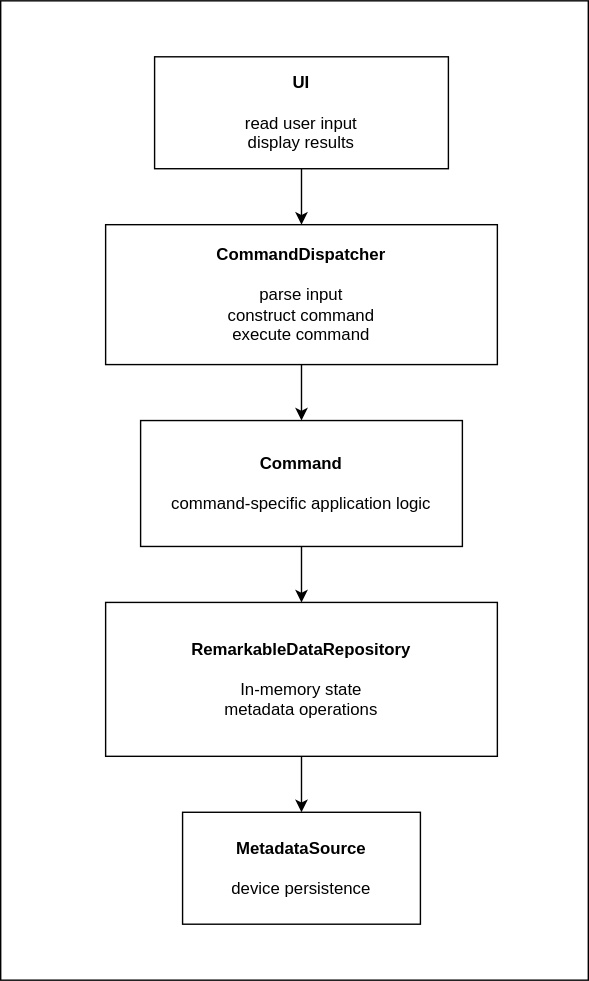
Above: doc/remarkable-vfs-architecture.drawio.svg in heidi-holappa/remarkable-virtual-filesystem (draw.io), before the change. Source tidied: cells renumbered, new cells last; positions are measured from the earlier drawing's top-left corner, leaving out a move shared by most shapes.
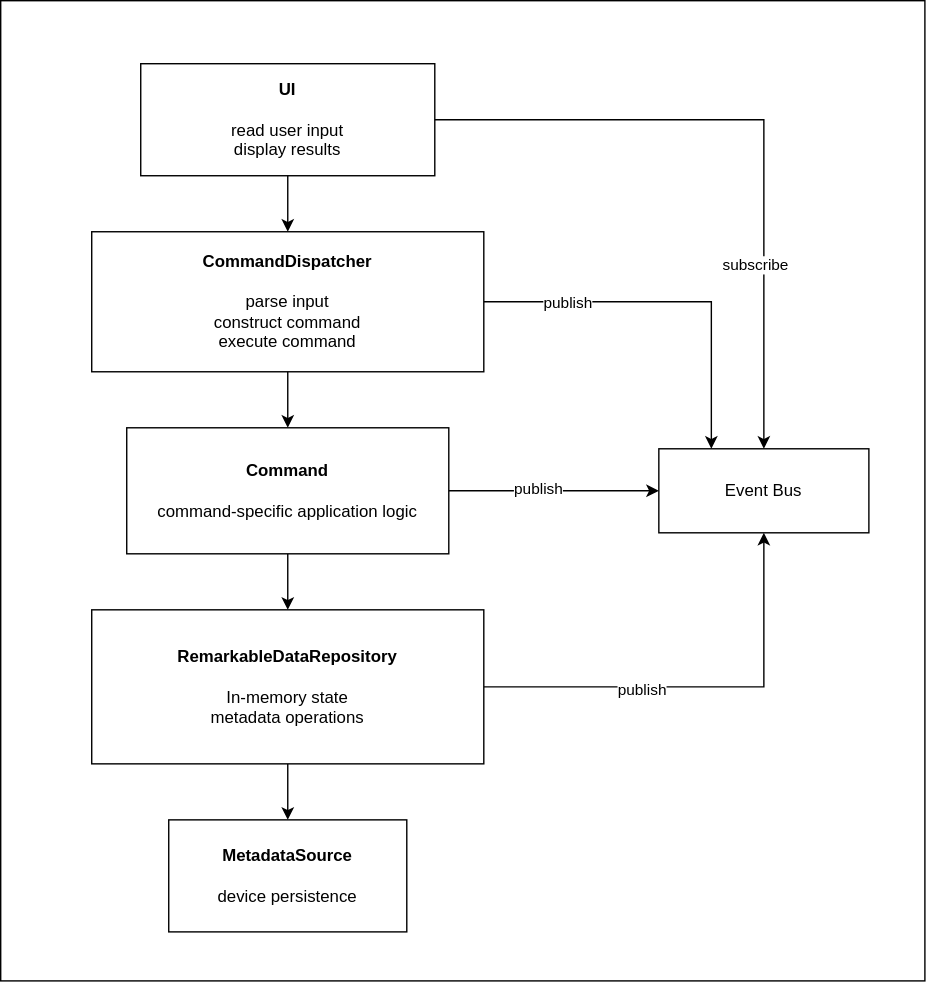
The same file after the commit.

What changed in the source:
```diff
@@ -3,14 +3,26 @@
     <mxCell id="0" />
     <mxCell id="1" parent="0" />
     <mxCell id="2" style="rounded=0;whiteSpace=wrap;html=1;" parent="1" vertex="1">
-      <mxGeometry width="420" height="700" as="geometry" />
+      <mxGeometry x="10" y="-5" width="660" height="700" as="geometry" />
     </mxCell>
     <mxCell id="3" style="edgeStyle=orthogonalEdgeStyle;rounded=0;jettySize=auto;html=1;exitX=0.5;exitY=1;exitDx=0;exitDy=0;" parent="1" edge="1" source="4" target="8">
       <mxGeometry relative="1" as="geometry" />
     </mxCell>
+    <mxCell id="12" style="edgeStyle=orthogonalEdgeStyle;rounded=0;jettySize=auto;html=1;" parent="1" edge="1" source="4" target="18">
+      <mxGeometry relative="1" as="geometry" />
+    </mxCell>
+    <mxCell id="13" value="publish" style="edgeLabel;html=1;align=center;verticalAlign=middle;" parent="12" vertex="1">
+      <mxGeometry x="-0.16" y="2" relative="1" as="geometry" />
+    </mxCell>
     <mxCell id="4" value="&lt;div&gt;&lt;b&gt;Command&lt;/b&gt;&lt;/div&gt;&lt;div&gt;&lt;br&gt;&lt;/div&gt;&lt;div&gt;command-specific application logic&lt;/div&gt;" style="rounded=0;whiteSpace=wrap;html=1;" parent="1" vertex="1">
       <mxGeometry x="100" y="300" width="230" height="90" as="geometry" />
     </mxCell>
+    <mxCell id="14" style="edgeStyle=orthogonalEdgeStyle;rounded=0;jettySize=auto;html=1;entryX=0.25;entryY=0;entryDx=0;entryDy=0;" parent="1" edge="1" source="5" target="18">
+      <mxGeometry relative="1" as="geometry" />
+    </mxCell>
+    <mxCell id="15" value="publish" style="edgeLabel;html=1;align=center;verticalAlign=middle;" parent="14" vertex="1">
+      <mxGeometry x="-0.56" relative="1" as="geometry" />
+    </mxCell>
     <mxCell id="5" value="&lt;div&gt;&lt;b&gt;CommandDispatcher&lt;/b&gt;&lt;/div&gt;&lt;div&gt;&lt;br&gt;&lt;/div&gt;&lt;div&gt;parse input&lt;/div&gt;&lt;div&gt;construct command&lt;/div&gt;&lt;div&gt;execute command&lt;/div&gt;" style="rounded=0;whiteSpace=wrap;html=1;" parent="1" vertex="1">
       <mxGeometry x="75" y="160" width="280" height="100" as="geometry" />
     </mxCell>
@@ -20,6 +32,12 @@
     <mxCell id="7" style="edgeStyle=orthogonalEdgeStyle;rounded=0;jettySize=auto;html=1;" parent="1" edge="1" source="8" target="9">
       <mxGeometry relative="1" as="geometry" />
     </mxCell>
+    <mxCell id="16" style="edgeStyle=orthogonalEdgeStyle;rounded=0;jettySize=auto;html=1;entryX=0.5;entryY=1;entryDx=0;entryDy=0;" parent="1" edge="1" source="8" target="18">
+      <mxGeometry relative="1" as="geometry" />
+    </mxCell>
+    <mxCell id="17" value="publish" style="edgeLabel;html=1;align=center;verticalAlign=middle;" parent="16" vertex="1">
+      <mxGeometry x="-0.28" y="-1" relative="1" as="geometry" />
+    </mxCell>
     <mxCell id="8" value="&lt;div&gt;&lt;b&gt;RemarkableDataRepository&lt;/b&gt;&lt;/div&gt;&lt;div&gt;&lt;br&gt;&lt;/div&gt;&lt;div&gt;In-memory state&lt;/div&gt;&lt;div&gt;metadata operations&lt;/div&gt;" style="rounded=0;whiteSpace=wrap;html=1;" parent="1" vertex="1">
       <mxGeometry x="75" y="430" width="280" height="110" as="geometry" />
     </mxCell>
@@ -32,5 +50,16 @@
     <mxCell id="11" style="endArrow=classic;html=1;rounded=0;exitX=0.5;exitY=1;exitDx=0;exitDy=0;" parent="1" edge="1" source="5" target="4">
       <mxGeometry relative="1" as="geometry" />
     </mxCell>
+    <mxCell id="18" value="Event Bus" style="rounded=0;whiteSpace=wrap;html=1;" parent="1" vertex="1">
+      <mxGeometry x="480" y="315" width="150" height="60" as="geometry" />
+    </mxCell>
+    <mxCell id="19" style="edgeStyle=orthogonalEdgeStyle;rounded=0;jettySize=auto;html=1;" parent="1" edge="1" source="6" target="18">
+      <mxGeometry relative="1" as="geometry" />
+    </mxCell>
+    <mxCell id="20" value="subscribe" style="edgeLabel;html=1;align=center;verticalAlign=middle;" parent="19" vertex="1">
+      <mxGeometry x="0.52" y="7" relative="1" as="geometry">
+        <mxPoint x="-14" y="-19" as="offset" />
+      </mxGeometry>
+    </mxCell>
   </root>
 </mxGraphModel>
```
